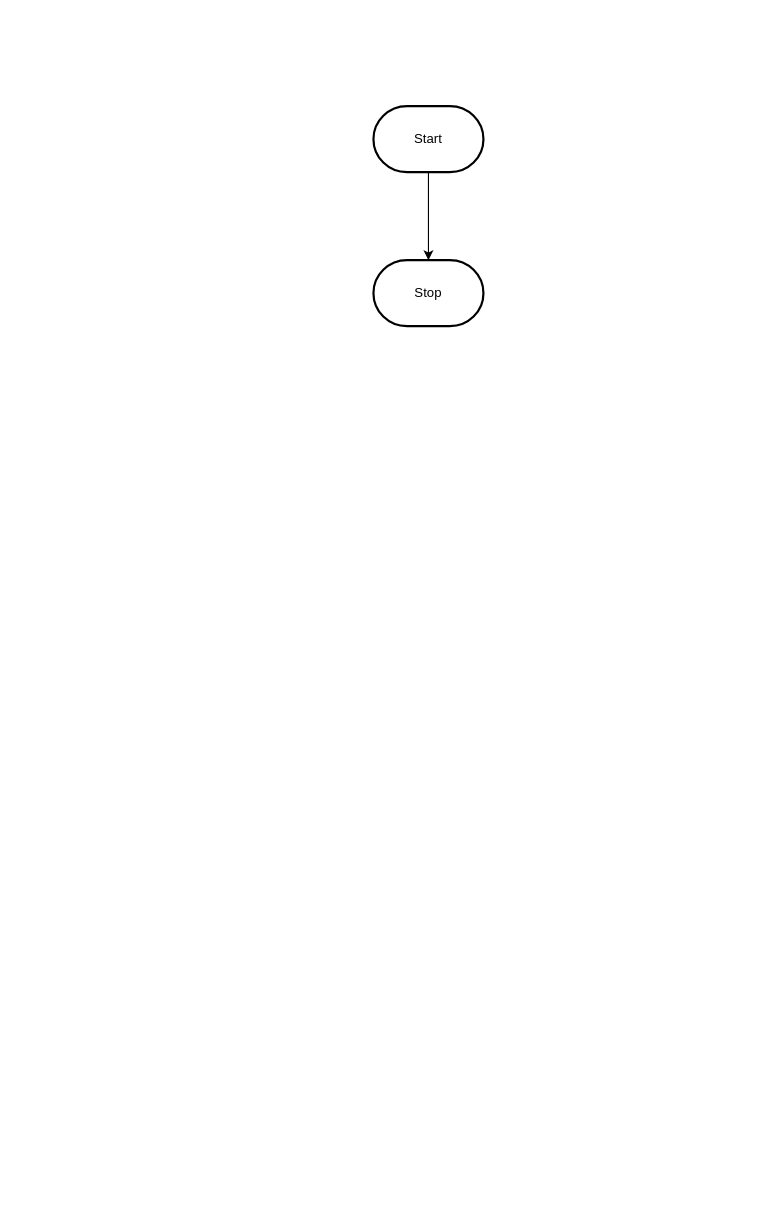
Earlier version of the draw.io diagram design/flowchart.drawio (MTHS-TEJ2O-1-2023/TEJ2O-Unit-2-15-michael-bruneau). Source tidied: cells renumbered, new cells numbered last; positions are measured from the earlier drawing's top-left corner, leaving out a move shared by most shapes. Both pictures are drawn from the tidied source at 110%, with x=0, y=0 at pixel (373, 106).
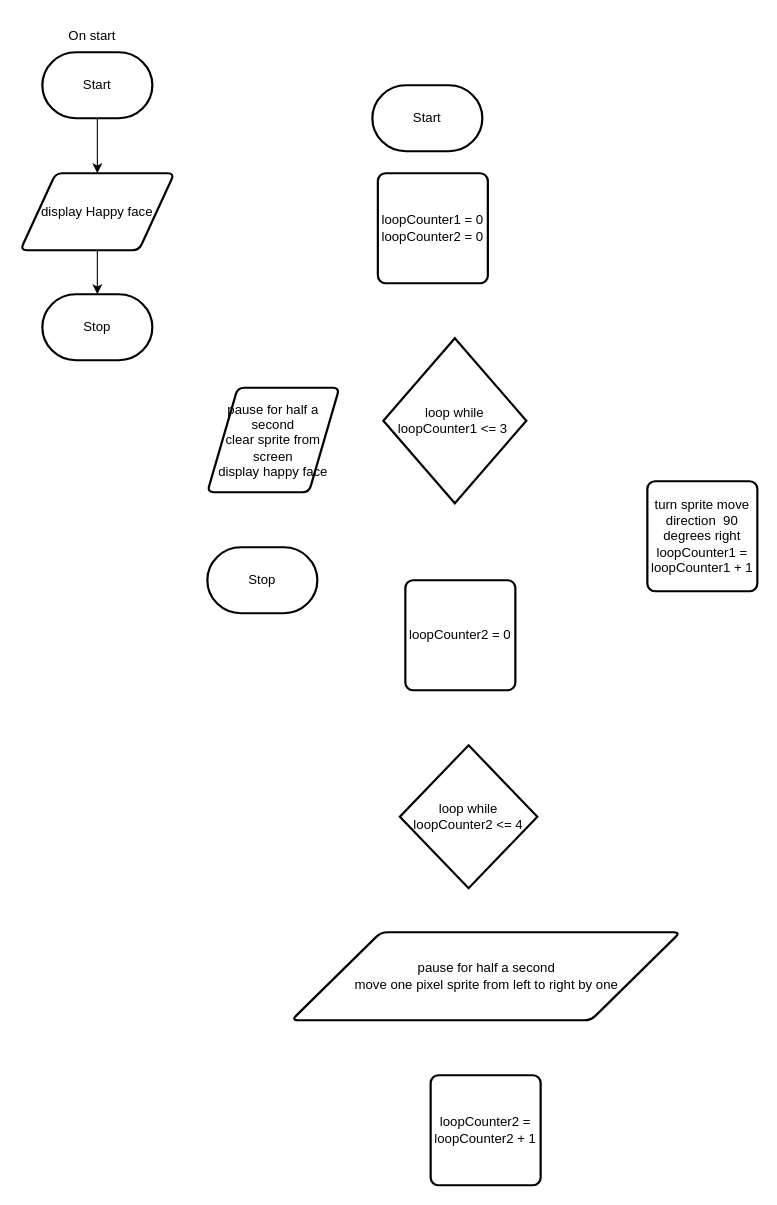
The same page after the edit.

Change to the diagram source:
```diff
@@
 <mxGraphModel>
   <root>
     <mxCell id="0" />
     <mxCell id="1" parent="0" />
-    <mxCell id="2" style="edgeStyle=orthogonalEdgeStyle;html=1;rounded=0;" parent="1" edge="1" source="3" target="4">
-      <mxGeometry relative="1" as="geometry" />
-    </mxCell>
+    <mxCell id="5" style="edgeStyle=none;html=1;exitX=0.5;exitY=1;exitDx=0;exitDy=0;exitPerimeter=0;" parent="1" edge="1" source="3" target="2">
+      <mxGeometry relative="1" as="geometry" />
+    </mxCell>
     <mxCell id="3" value="Start" style="strokeWidth=2;html=1;shape=mxgraph.flowchart.terminator;whiteSpace=wrap;" parent="1" vertex="1">
-      <mxGeometry width="100" height="60" as="geometry" />
+      <mxGeometry x="-301" y="-49" width="100" height="60" as="geometry" />
     </mxCell>
     <mxCell id="4" value="Stop" style="strokeWidth=2;html=1;shape=mxgraph.flowchart.terminator;whiteSpace=wrap;" parent="1" vertex="1">
-      <mxGeometry y="140" width="100" height="60" as="geometry" />
+      <mxGeometry x="-301" y="171" width="100" height="60" as="geometry" />
     </mxCell>
+    <mxCell id="6" style="edgeStyle=none;html=1;exitX=0.5;exitY=1;exitDx=0;exitDy=0;" parent="1" edge="1" source="2" target="4">
+      <mxGeometry relative="1" as="geometry" />
+    </mxCell>
+    <mxCell id="2" value="display Happy face" style="shape=parallelogram;html=1;strokeWidth=2;perimeter=parallelogramPerimeter;whiteSpace=wrap;rounded=1;arcSize=12;size=0.23;" parent="1" vertex="1">
+      <mxGeometry x="-321" y="61" width="140" height="70" as="geometry" />
+    </mxCell>
+    <mxCell id="7" value="On start" style="text;html=1;align=center;verticalAlign=middle;strokeColor=none;fillColor=none;" parent="1" vertex="1">
+      <mxGeometry x="-291" y="-79" width="70" height="30" as="geometry" />
+    </mxCell>
+    <mxCell id="8" value="Start" style="strokeWidth=2;html=1;shape=mxgraph.flowchart.terminator;whiteSpace=wrap;" parent="1" vertex="1">
+      <mxGeometry x="-1" y="-19" width="100" height="60" as="geometry" />
+    </mxCell>
+    <mxCell id="9" value="Stop" style="strokeWidth=2;html=1;shape=mxgraph.flowchart.terminator;whiteSpace=wrap;" parent="1" vertex="1">
+      <mxGeometry x="-151" y="401" width="100" height="60" as="geometry" />
+    </mxCell>
+    <mxCell id="10" value="loopCounter1 = 0&lt;br&gt;loopCounter2 = 0" style="rounded=1;whiteSpace=wrap;html=1;absoluteArcSize=1;arcSize=14;strokeWidth=2;" parent="1" vertex="1">
+      <mxGeometry x="4" y="61" width="100" height="100" as="geometry" />
+    </mxCell>
+    <mxCell id="11" value="loop while loopCounter1 &amp;lt;= 3&amp;nbsp;" style="strokeWidth=2;html=1;shape=mxgraph.flowchart.decision;whiteSpace=wrap;" parent="1" vertex="1">
+      <mxGeometry x="9" y="211" width="130" height="150" as="geometry" />
+    </mxCell>
+    <mxCell id="12" value="loopCounter2 = 0" style="rounded=1;whiteSpace=wrap;html=1;absoluteArcSize=1;arcSize=14;strokeWidth=2;" parent="1" vertex="1">
+      <mxGeometry x="29" y="431" width="100" height="100" as="geometry" />
+    </mxCell>
+    <mxCell id="13" value="loop while loopCounter2 &amp;lt;= 4" style="strokeWidth=2;html=1;shape=mxgraph.flowchart.decision;whiteSpace=wrap;" parent="1" vertex="1">
+      <mxGeometry x="24" y="581" width="125" height="130" as="geometry" />
+    </mxCell>
+    <mxCell id="14" value="pause for half a second&lt;br&gt;move one pixel sprite from left to right by one" style="shape=parallelogram;html=1;strokeWidth=2;perimeter=parallelogramPerimeter;whiteSpace=wrap;rounded=1;arcSize=12;size=0.23;" parent="1" vertex="1">
+      <mxGeometry x="-74.5" y="751" width="353.5" height="80" as="geometry" />
+    </mxCell>
+    <mxCell id="15" value="loopCounter2 = loopCounter2 + 1" style="rounded=1;whiteSpace=wrap;html=1;absoluteArcSize=1;arcSize=14;strokeWidth=2;" parent="1" vertex="1">
+      <mxGeometry x="52" y="881" width="100" height="100" as="geometry" />
+    </mxCell>
+    <mxCell id="16" value="turn sprite move direction&amp;nbsp; 90 degrees right&lt;br&gt;loopCounter1 = loopCounter1 + 1" style="rounded=1;whiteSpace=wrap;html=1;absoluteArcSize=1;arcSize=14;strokeWidth=2;" parent="1" vertex="1">
+      <mxGeometry x="249" y="341" width="100" height="100" as="geometry" />
+    </mxCell>
+    <mxCell id="17" value="pause for half a second&lt;br&gt;clear sprite from screen&lt;br&gt;display happy face" style="shape=parallelogram;html=1;strokeWidth=2;perimeter=parallelogramPerimeter;whiteSpace=wrap;rounded=1;arcSize=12;size=0.23;" parent="1" vertex="1">
+      <mxGeometry x="-151" y="256" width="120" height="95" as="geometry" />
+    </mxCell>
   </root>
 </mxGraphModel>
```
